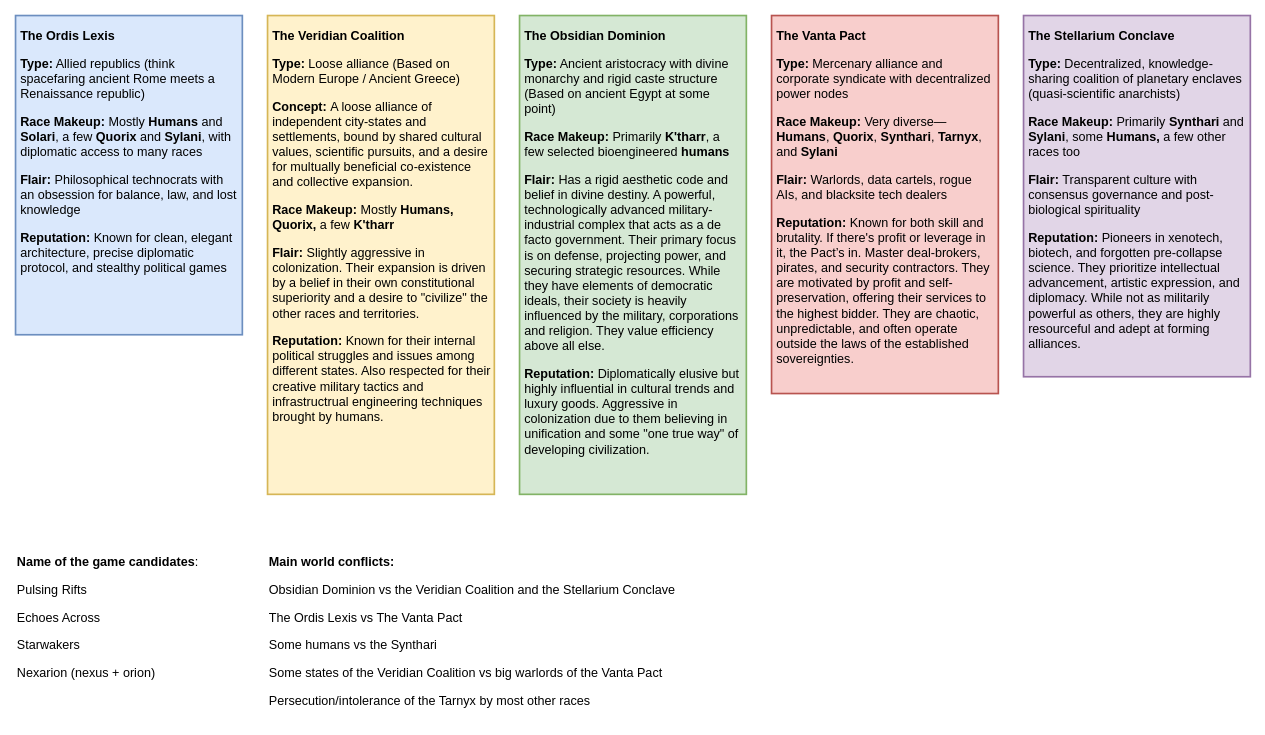
This is page "Factions" (1 of 4) of designs/narrative texts.drawio from eerieA/game-nexarion, a draw.io file, before an edit. Source tidied: cells renumbered, new cells numbered last; positions are measured from the earlier drawing's top-left corner, leaving out a move shared by most shapes. Both pictures are drawn from the tidied source at 84%, with x=0, y=0 at pixel (15, 15).
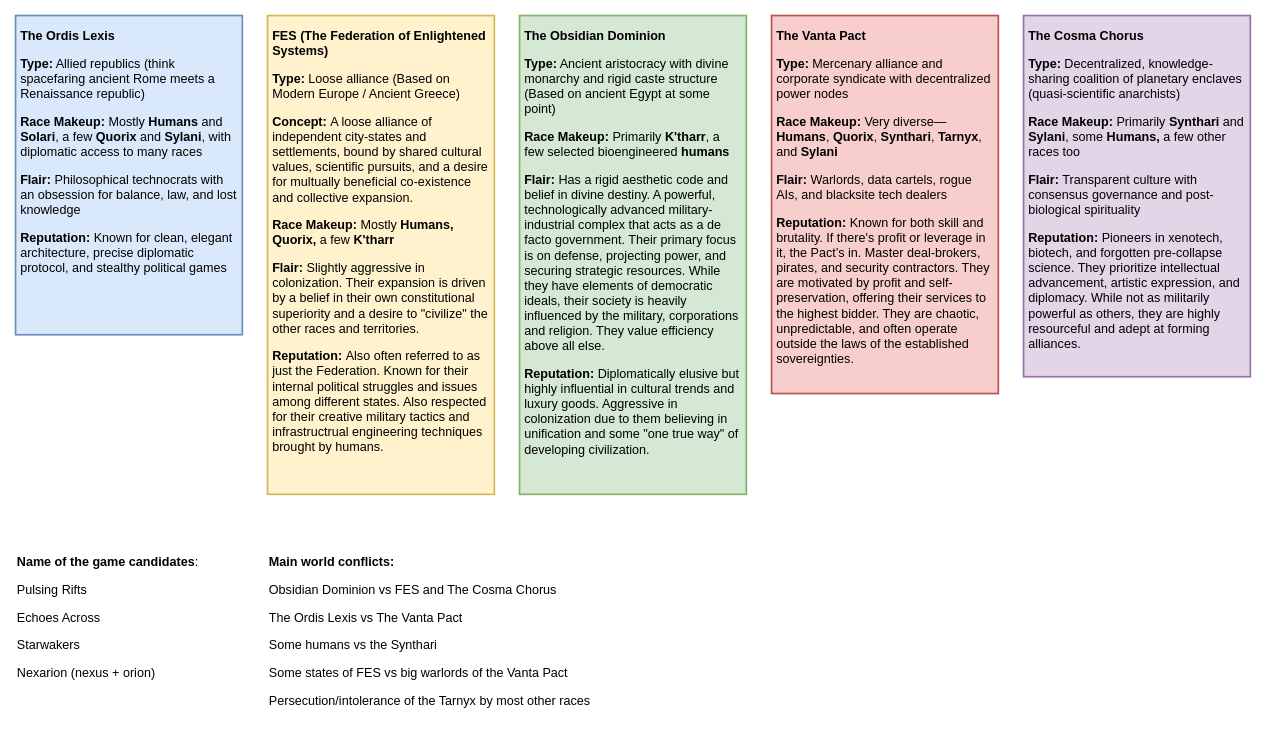
The same diagram, later.

The edit, as a diff of the source:
```diff
@@
 <mxGraphModel>
   <root>
     <mxCell id="0" />
     <mxCell id="1" parent="0" />
     <mxCell id="2" value="&lt;p&gt;&lt;strong&gt;The Ordis Lexis&lt;/strong&gt;&lt;/p&gt;&lt;p&gt;&lt;strong&gt;Type:&lt;/strong&gt; Allied republics (think spacefaring ancient Rome meets a Renaissance republic)&lt;/p&gt;&lt;p&gt;&lt;strong&gt;Race Makeup:&lt;/strong&gt; Mostly &lt;strong&gt;Humans&lt;/strong&gt; and &lt;strong&gt;Solari&lt;/strong&gt;, a few &lt;strong&gt;Quorix&lt;/strong&gt; and &lt;strong&gt;Sylani&lt;/strong&gt;, with diplomatic access to many races&lt;/p&gt;&lt;p&gt;&lt;strong&gt;Flair:&lt;/strong&gt; Philosophical technocrats with an obsession for balance, law, and lost knowledge&lt;/p&gt;&lt;p&gt;&lt;strong&gt;Reputation:&lt;/strong&gt; Known for clean, elegant architecture, precise diplomatic protocol, and stealthy political games&lt;/p&gt;" style="rounded=0;whiteSpace=wrap;html=1;fillColor=#dae8fc;strokeColor=#6c8ebf;align=left;fontSize=15;verticalAlign=top;labelBackgroundColor=none;spacing=6;spacingTop=-10;strokeWidth=2;" parent="1" vertex="1">
       <mxGeometry width="270" height="380" as="geometry" />
     </mxCell>
-    <mxCell id="3" value="&lt;p&gt;&lt;strong&gt;The Veridian Coalition&lt;/strong&gt;&lt;/p&gt;&lt;p&gt;&lt;strong&gt;Type:&lt;/strong&gt;&amp;nbsp;Loose alliance (Based on Modern Europe / Ancient Greece)&lt;/p&gt;&lt;p&gt;&lt;strong&gt;Concept:&lt;/strong&gt;&amp;nbsp;A loose alliance of independent city-states and settlements, bound by shared cultural values, scientific pursuits, and a desire for multually beneficial co-existence and collective expansion.&lt;/p&gt;&lt;p&gt;&lt;strong&gt;Race Makeup:&lt;/strong&gt; Mostly &lt;strong&gt;Humans, Quorix, &lt;/strong&gt;a few &lt;strong&gt;K'tharr&lt;/strong&gt;&lt;/p&gt;&lt;p&gt;&lt;strong&gt;Flair:&lt;/strong&gt; Slightly aggressive in colonization. Their expansion is driven by a belief in their own constitutional superiority and a desire to &quot;civilize&quot; the other races and territories.&lt;/p&gt;&lt;p&gt;&lt;strong&gt;Reputation:&lt;/strong&gt; Known for their internal political struggles and issues among different states. Also respected for their creative military tactics and infrastructrual engineering techniques brought by humans.&lt;/p&gt;" style="rounded=0;whiteSpace=wrap;html=1;fillColor=#fff2cc;strokeColor=#d6b656;align=left;fontSize=15;verticalAlign=top;labelBackgroundColor=none;spacing=6;spacingTop=-10;strokeWidth=2;" parent="1" vertex="1">
+    <mxCell id="3" value="&lt;p&gt;&lt;strong&gt;FES (&lt;/strong&gt;&lt;span style=&quot;background-color: transparent;&quot;&gt;&lt;b&gt;The Federation of Enlightened Systems&lt;/b&gt;&lt;/span&gt;&lt;strong style=&quot;background-color: transparent; color: light-dark(rgb(0, 0, 0), rgb(255, 255, 255));&quot;&gt;)&lt;/strong&gt;&lt;/p&gt;&lt;p&gt;&lt;strong&gt;Type:&lt;/strong&gt;&amp;nbsp;Loose alliance (Based on Modern Europe / Ancient Greece)&lt;/p&gt;&lt;p&gt;&lt;strong&gt;Concept:&lt;/strong&gt;&amp;nbsp;A loose alliance of independent city-states and settlements, bound by shared cultural values, scientific pursuits, and a desire for multually beneficial co-existence and collective expansion.&lt;/p&gt;&lt;p&gt;&lt;strong&gt;Race Makeup:&lt;/strong&gt; Mostly &lt;strong&gt;Humans, Quorix, &lt;/strong&gt;a few &lt;strong&gt;K'tharr&lt;/strong&gt;&lt;/p&gt;&lt;p&gt;&lt;strong&gt;Flair:&lt;/strong&gt; Slightly aggressive in colonization. Their expansion is driven by a belief in their own constitutional superiority and a desire to &quot;civilize&quot; the other races and territories.&lt;/p&gt;&lt;p&gt;&lt;strong&gt;Reputation:&lt;/strong&gt;&amp;nbsp;Also often referred to as just the Federation. Known for their internal political struggles and issues among different states. Also respected for their creative military tactics and infrastructrual engineering techniques brought by humans.&lt;/p&gt;" style="rounded=0;whiteSpace=wrap;html=1;fillColor=#fff2cc;strokeColor=#d6b656;align=left;fontSize=15;verticalAlign=top;labelBackgroundColor=none;spacing=6;spacingTop=-10;strokeWidth=2;" parent="1" vertex="1">
       <mxGeometry x="300" width="270" height="570" as="geometry" />
     </mxCell>
     <mxCell id="4" value="&lt;p&gt;&lt;strong&gt;The Obsidian Dominion&lt;/strong&gt;&lt;/p&gt;&lt;p&gt;&lt;strong&gt;Type:&lt;/strong&gt; Ancient aristocracy with divine monarchy and rigid caste structure (Based on ancient Egypt at some point)&lt;/p&gt;&lt;p&gt;&lt;strong&gt;Race Makeup:&lt;/strong&gt; Primarily &lt;strong&gt;K'tharr&lt;/strong&gt;, a few selected bioengineered &lt;strong&gt;humans&lt;/strong&gt;&lt;/p&gt;&lt;p&gt;&lt;strong&gt;Flair:&lt;/strong&gt; Has a rigid aesthetic code and belief in divine destiny. A powerful, technologically advanced military-industrial complex that acts as a de facto government. Their primary focus is on defense, projecting power, and securing strategic resources. While they have elements of democratic ideals, their society is heavily influenced by the military, corporations and religion. They value efficiency above all else.&lt;/p&gt;&lt;p&gt;&lt;strong&gt;Reputation:&lt;/strong&gt; Diplomatically elusive but highly influential in cultural trends and luxury goods. Aggressive in colonization due to them believing in unification and some &quot;one true way&quot; of developing civilization.&lt;/p&gt;" style="rounded=0;whiteSpace=wrap;html=1;fillColor=#d5e8d4;strokeColor=#82b366;align=left;fontSize=15;verticalAlign=top;labelBackgroundColor=none;spacing=6;spacingTop=-10;strokeWidth=2;" parent="1" vertex="1">
       <mxGeometry x="600" width="270" height="570" as="geometry" />
     </mxCell>
     <mxCell id="5" value="&lt;p&gt;&lt;strong&gt;The Vanta Pact&lt;/strong&gt;&lt;/p&gt;&lt;p&gt;&lt;strong&gt;Type:&lt;/strong&gt; Mercenary alliance and corporate syndicate with decentralized power nodes&lt;/p&gt;&lt;p&gt;&lt;strong&gt;Race Makeup:&lt;/strong&gt; Very diverse—&lt;strong&gt;Humans&lt;/strong&gt;, &lt;strong&gt;Quorix&lt;/strong&gt;, &lt;strong&gt;Synthari&lt;/strong&gt;, &lt;strong&gt;Tarnyx&lt;/strong&gt;, and &lt;strong&gt;Sylani&lt;/strong&gt;&lt;/p&gt;&lt;p&gt;&lt;strong&gt;Flair:&lt;/strong&gt; Warlords, data cartels, rogue AIs, and blacksite tech dealers&lt;/p&gt;&lt;p&gt;&lt;strong&gt;Reputation:&lt;/strong&gt; Known for both skill and brutality. If there's profit or leverage in it, the Pact’s in. Master deal-brokers, pirates, and security contractors. They are motivated by profit and self-preservation, offering their services to the highest bidder. They are chaotic, unpredictable, and often operate outside the laws of the established sovereignties.&lt;/p&gt;" style="rounded=0;whiteSpace=wrap;html=1;fillColor=#f8cecc;strokeColor=#b85450;align=left;fontSize=15;verticalAlign=top;labelBackgroundColor=none;spacing=6;spacingTop=-10;strokeWidth=2;" parent="1" vertex="1">
       <mxGeometry x="900" width="270" height="450" as="geometry" />
     </mxCell>
-    <mxCell id="6" value="&lt;p&gt;&lt;strong&gt;The Stellarium Conclave&lt;/strong&gt;&lt;/p&gt;&lt;p&gt;&lt;strong&gt;Type:&lt;/strong&gt; Decentralized, knowledge-sharing coalition of planetary enclaves (quasi-scientific anarchists)&lt;/p&gt;&lt;p&gt;&lt;strong&gt;Race Makeup:&lt;/strong&gt; Primarily &lt;strong&gt;Synthari&lt;/strong&gt; and &lt;strong&gt;Sylani&lt;/strong&gt;, some &lt;strong&gt;Humans, &lt;/strong&gt;a few other races too&lt;/p&gt;&lt;p&gt;&lt;strong&gt;Flair:&lt;/strong&gt; Transparent culture with consensus governance and post-biological spirituality&lt;/p&gt;&lt;p&gt;&lt;strong&gt;Reputation:&lt;/strong&gt; Pioneers in xenotech, biotech, and forgotten pre-collapse science. They prioritize intellectual advancement, artistic expression, and diplomacy. While not as militarily powerful as others, they are highly resourceful and adept at forming alliances.&lt;/p&gt;" style="rounded=0;whiteSpace=wrap;html=1;fillColor=#e1d5e7;strokeColor=#9673a6;align=left;fontSize=15;verticalAlign=top;labelBackgroundColor=none;spacing=6;spacingTop=-10;strokeWidth=2;" parent="1" vertex="1">
+    <mxCell id="6" value="&lt;p&gt;&lt;strong&gt;The Cosma Chorus&lt;/strong&gt;&lt;/p&gt;&lt;p&gt;&lt;strong&gt;Type:&lt;/strong&gt; Decentralized, knowledge-sharing coalition of planetary enclaves (quasi-scientific anarchists)&lt;/p&gt;&lt;p&gt;&lt;strong&gt;Race Makeup:&lt;/strong&gt; Primarily &lt;strong&gt;Synthari&lt;/strong&gt; and &lt;strong&gt;Sylani&lt;/strong&gt;, some &lt;strong&gt;Humans, &lt;/strong&gt;a few other races too&lt;/p&gt;&lt;p&gt;&lt;strong&gt;Flair:&lt;/strong&gt; Transparent culture with consensus governance and post-biological spirituality&lt;/p&gt;&lt;p&gt;&lt;strong&gt;Reputation:&lt;/strong&gt; Pioneers in xenotech, biotech, and forgotten pre-collapse science. They prioritize intellectual advancement, artistic expression, and diplomacy. While not as militarily powerful as others, they are highly resourceful and adept at forming alliances.&lt;/p&gt;" style="rounded=0;whiteSpace=wrap;html=1;fillColor=#e1d5e7;strokeColor=#9673a6;align=left;fontSize=15;verticalAlign=top;labelBackgroundColor=none;spacing=6;spacingTop=-10;strokeWidth=2;" parent="1" vertex="1">
       <mxGeometry x="1200" width="270" height="430" as="geometry" />
     </mxCell>
     <mxCell id="7" value="&lt;p&gt;&lt;b&gt;Name of the game candidates&lt;/b&gt;:&lt;/p&gt;&lt;p&gt;Pulsing Rifts&lt;/p&gt;&lt;p&gt;Echoes Across&lt;/p&gt;&lt;p&gt;Starwakers&lt;/p&gt;&lt;p&gt;Nexarion (nexus + orion)&lt;/p&gt;" style="text;html=1;align=left;verticalAlign=top;whiteSpace=wrap;rounded=0;fontSize=15;" parent="1" vertex="1">
       <mxGeometry y="620" width="238" height="200" as="geometry" />
     </mxCell>
-    <mxCell id="8" value="&lt;p&gt;&lt;b&gt;Main world conflicts:&lt;/b&gt;&lt;/p&gt;&lt;p&gt;Obsidian Dominion vs the Veridian Coalition and the Stellarium Conclave&lt;/p&gt;&lt;p&gt;The Ordis Lexis vs The Vanta Pact&lt;/p&gt;&lt;p&gt;Some humans vs the Synthari&lt;/p&gt;&lt;p&gt;Some states of the Veridian Coalition vs big warlords of the Vanta Pact&lt;/p&gt;&lt;p&gt;Persecution/intolerance of the Tarnyx by most other races&lt;/p&gt;" style="text;html=1;align=left;verticalAlign=top;whiteSpace=wrap;rounded=0;fontSize=15;" parent="1" vertex="1">
+    <mxCell id="8" value="&lt;p&gt;&lt;b&gt;Main world conflicts:&lt;/b&gt;&lt;/p&gt;&lt;p&gt;Obsidian Dominion vs FES and The Cosma Chorus&lt;/p&gt;&lt;p&gt;The Ordis Lexis vs The Vanta Pact&lt;/p&gt;&lt;p&gt;Some humans vs the Synthari&lt;/p&gt;&lt;p&gt;Some states of FES vs big warlords of the Vanta Pact&lt;/p&gt;&lt;p&gt;Persecution/intolerance of the Tarnyx by most other races&lt;/p&gt;" style="text;html=1;align=left;verticalAlign=top;whiteSpace=wrap;rounded=0;fontSize=15;" parent="1" vertex="1">
       <mxGeometry x="300" y="620" width="610" height="220" as="geometry" />
     </mxCell>
   </root>
 </mxGraphModel>
```
